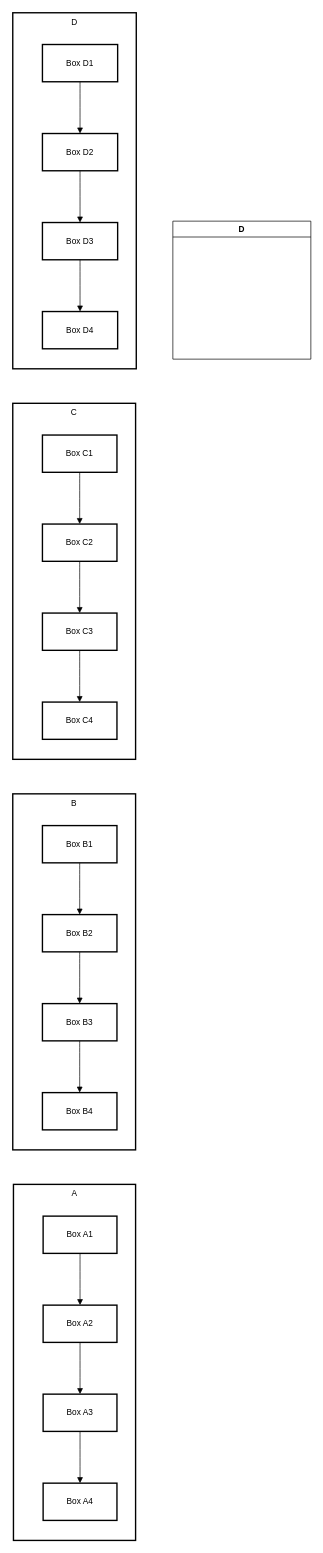
The draw.io diagram writeup/Untitled Diagram.drawio in chiffonng/mnemonic-gen, before the edit. Source tidied: cells renumbered, new cells numbered last; positions are measured from the earlier drawing's top-left corner, leaving out a move shared by most shapes. Both pictures are drawn from the tidied source at 69%, with x=0, y=0 at pixel (12, 12).
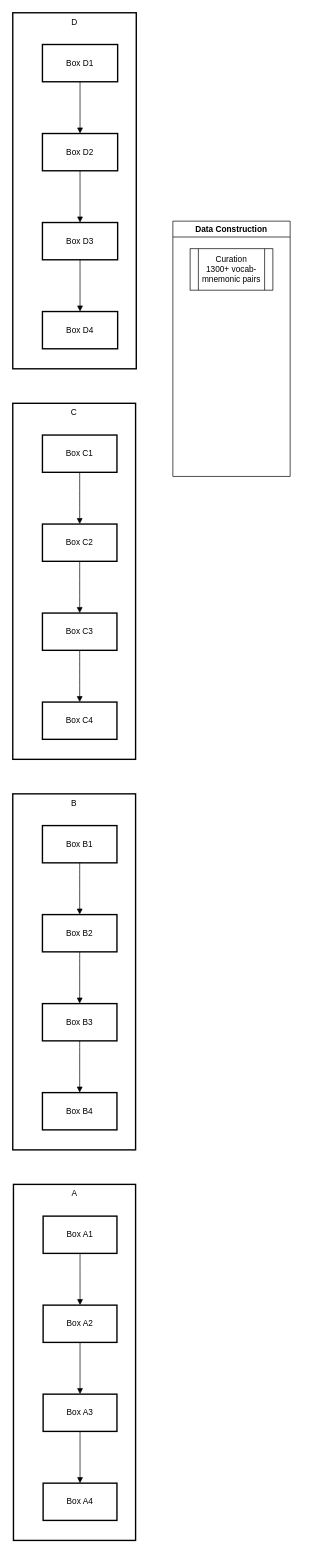
After the change.

Diff of the diagram source:
```diff
@@
-    <mxCell id="34" value="D" style="swimlane;whiteSpace=wrap;html=1;startSize=23;" parent="1" vertex="1">
-      <mxGeometry x="232" y="302" width="200" height="200" as="geometry" />
+    <mxCell id="34" value="Data Construction" style="swimlane;whiteSpace=wrap;html=1;startSize=23;" parent="1" vertex="1">
+      <mxGeometry x="232" y="302" width="170" height="370" as="geometry" />
     </mxCell>
+    <mxCell id="35" value="Curation&lt;div&gt;1300+ vocab-mnemonic pairs&lt;/div&gt;" style="shape=process;whiteSpace=wrap;html=1;backgroundOutline=1;" parent="34" vertex="1">
+      <mxGeometry x="25" y="40" width="120" height="60" as="geometry" />
+    </mxCell>
```
